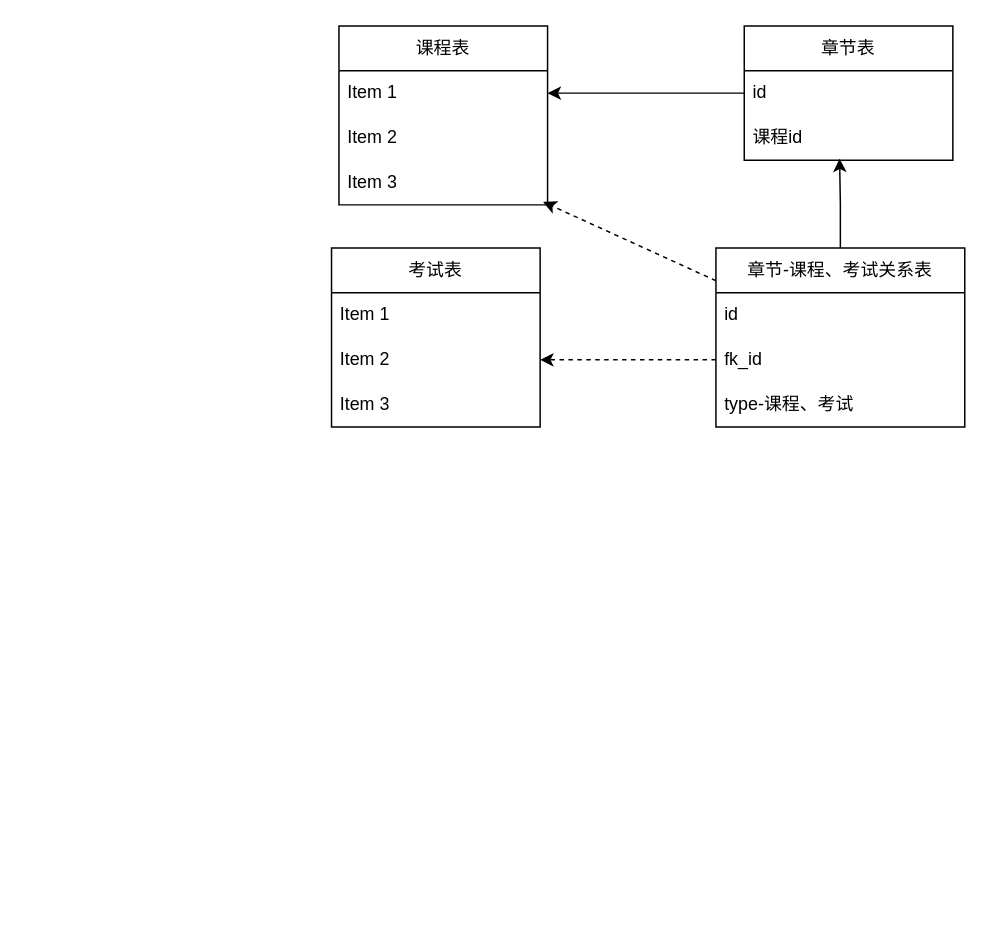
Above: 尚学堂-知识库设计.drawio in ammengke/my-drawio (draw.io), before the change. Source tidied: cells renumbered, new cells numbered last; positions are measured from the earlier drawing's top-left corner, leaving out a move shared by most shapes. Both pictures are drawn from the tidied source at 149%, with x=0, y=0 at pixel (331, 25).
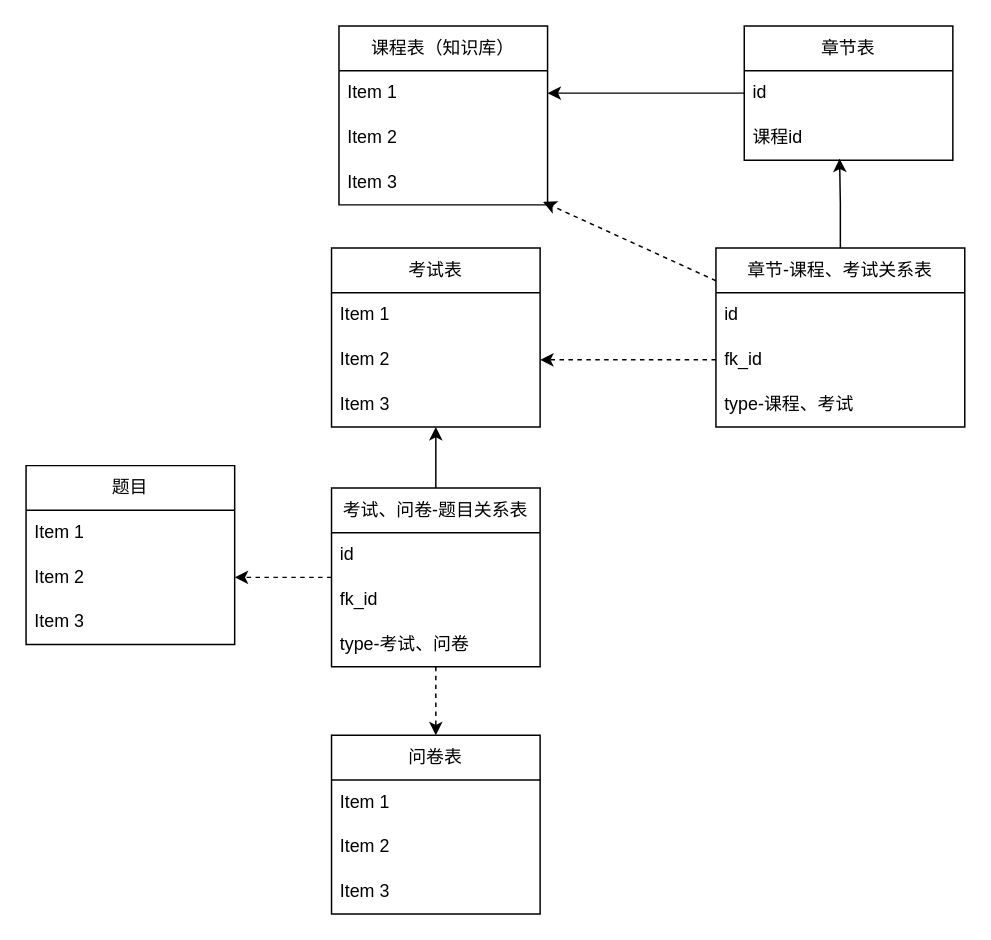
Above is the later version.

Commit message (it also covers changes not shown here):
更新尚学堂-知识库设计.drawio

The change refers to these unchanged cells:
```xml
<mxCell id="12" value="考试表" style="swimlane;fontStyle=0;horizontal=1;startSize=30;whiteSpace=wrap;html=1;" parent="1" vertex="1">
  <mxGeometry y="149" width="140" height="120" as="geometry" />
</mxCell>
```

What changed in the source:
```diff
@@
-    <mxCell id="2" value="课程表" style="swimlane;fontStyle=0;horizontal=1;startSize=30;whiteSpace=wrap;html=1;" parent="1" vertex="1">
+    <mxCell id="2" value="课程表（知识库）" style="swimlane;fontStyle=0;horizontal=1;startSize=30;whiteSpace=wrap;html=1;" parent="1" vertex="1">
       <mxGeometry x="5" width="140" height="120" as="geometry" />
     </mxCell>
@@
+    <mxCell id="21" value="题目" style="swimlane;fontStyle=0;horizontal=1;startSize=30;whiteSpace=wrap;html=1;" parent="1" vertex="1">
+      <mxGeometry x="-205" y="295" width="140" height="120" as="geometry" />
+    </mxCell>
+    <mxCell id="22" value="Item 1" style="text;strokeColor=none;fillColor=none;align=left;verticalAlign=middle;spacingLeft=4;spacingRight=4;overflow=hidden;whiteSpace=wrap;html=1;" parent="21" vertex="1">
+      <mxGeometry y="30" width="140" height="30" as="geometry" />
+    </mxCell>
+    <mxCell id="23" value="Item 2" style="text;strokeColor=none;fillColor=none;align=left;verticalAlign=middle;spacingLeft=4;spacingRight=4;overflow=hidden;points=[[0,0.5],[1,0.5]];portConstraint=eastwest;whiteSpace=wrap;html=1;" parent="21" vertex="1">
+      <mxGeometry y="60" width="140" height="30" as="geometry" />
+    </mxCell>
+    <mxCell id="24" value="Item 3" style="text;strokeColor=none;fillColor=none;align=left;verticalAlign=middle;spacingLeft=4;spacingRight=4;overflow=hidden;whiteSpace=wrap;html=1;" parent="21" vertex="1">
+      <mxGeometry y="90" width="140" height="30" as="geometry" />
+    </mxCell>
+    <mxCell id="25" style="edgeStyle=orthogonalEdgeStyle;rounded=0;jettySize=auto;html=1;entryX=0.5;entryY=1;entryDx=0;entryDy=0;" parent="1" edge="1" source="28" target="12">
+      <mxGeometry relative="1" as="geometry" />
+    </mxCell>
+    <mxCell id="26" style="edgeStyle=orthogonalEdgeStyle;rounded=0;jettySize=auto;html=1;dashed=1;" parent="1" edge="1" source="28" target="32">
+      <mxGeometry relative="1" as="geometry" />
+    </mxCell>
+    <mxCell id="27" style="edgeStyle=orthogonalEdgeStyle;rounded=0;jettySize=auto;html=1;dashed=1;" parent="1" edge="1" source="28" target="23">
+      <mxGeometry relative="1" as="geometry" />
+    </mxCell>
+    <mxCell id="28" value="考试、问卷-题目关系表" style="swimlane;fontStyle=0;horizontal=1;startSize=30;whiteSpace=wrap;html=1;" parent="1" vertex="1">
+      <mxGeometry y="310" width="140" height="120" as="geometry" />
+    </mxCell>
+    <mxCell id="29" value="id" style="text;strokeColor=none;fillColor=none;align=left;verticalAlign=middle;spacingLeft=4;spacingRight=4;overflow=hidden;whiteSpace=wrap;html=1;" parent="28" vertex="1">
+      <mxGeometry y="30" width="140" height="30" as="geometry" />
+    </mxCell>
+    <mxCell id="30" value="fk_id" style="text;strokeColor=none;fillColor=none;align=left;verticalAlign=middle;spacingLeft=4;spacingRight=4;overflow=hidden;whiteSpace=wrap;html=1;" parent="28" vertex="1">
+      <mxGeometry y="60" width="140" height="30" as="geometry" />
+    </mxCell>
+    <mxCell id="31" value="type-考试、问卷" style="text;strokeColor=none;fillColor=none;align=left;verticalAlign=middle;spacingLeft=4;spacingRight=4;overflow=hidden;whiteSpace=wrap;html=1;" parent="28" vertex="1">
+      <mxGeometry y="90" width="140" height="30" as="geometry" />
+    </mxCell>
+    <mxCell id="32" value="问卷表" style="swimlane;fontStyle=0;horizontal=1;startSize=30;whiteSpace=wrap;html=1;" parent="1" vertex="1">
+      <mxGeometry y="476" width="140" height="120" as="geometry" />
+    </mxCell>
+    <mxCell id="33" value="Item 1" style="text;strokeColor=none;fillColor=none;align=left;verticalAlign=middle;spacingLeft=4;spacingRight=4;overflow=hidden;whiteSpace=wrap;html=1;" parent="32" vertex="1">
+      <mxGeometry y="30" width="140" height="30" as="geometry" />
+    </mxCell>
+    <mxCell id="34" value="Item 2" style="text;strokeColor=none;fillColor=none;align=left;verticalAlign=middle;spacingLeft=4;spacingRight=4;overflow=hidden;whiteSpace=wrap;html=1;" parent="32" vertex="1">
+      <mxGeometry y="60" width="140" height="30" as="geometry" />
+    </mxCell>
+    <mxCell id="35" value="Item 3" style="text;strokeColor=none;fillColor=none;align=left;verticalAlign=middle;spacingLeft=4;spacingRight=4;overflow=hidden;whiteSpace=wrap;html=1;" parent="32" vertex="1">
+      <mxGeometry y="90" width="140" height="30" as="geometry" />
+    </mxCell>
```
